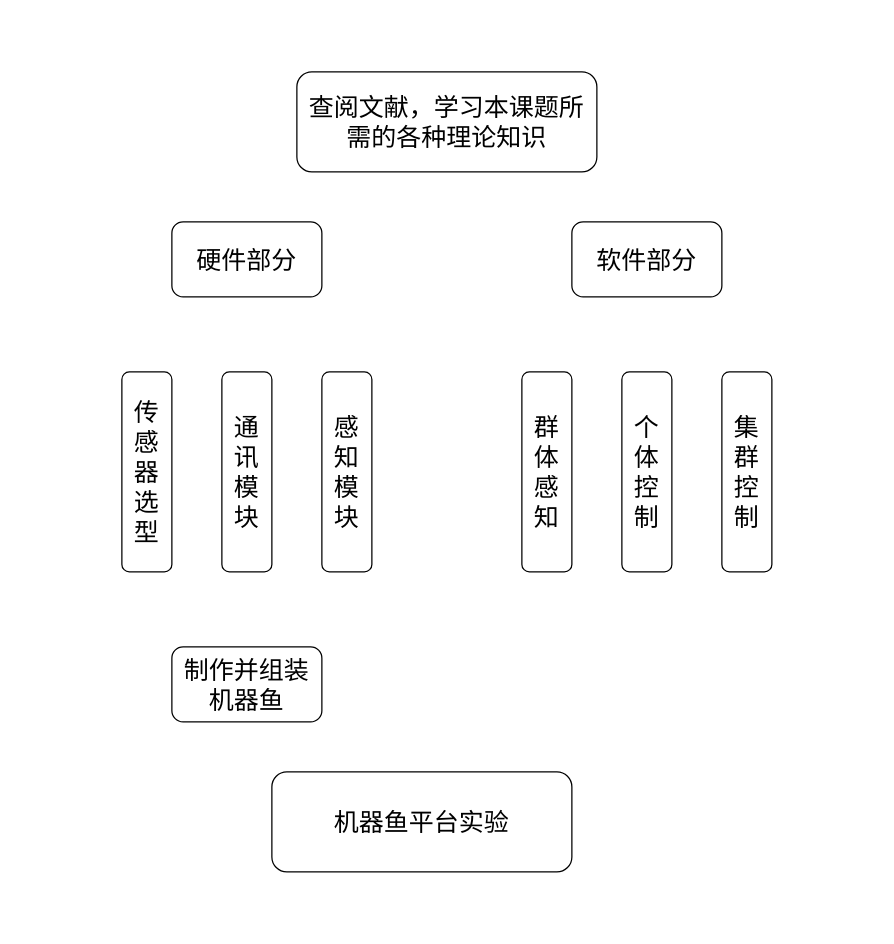
Earlier version of the draw.io diagram 未命名绘图.drawio (LQepoch/diagrams). Source tidied: cells renumbered, new cells numbered last; positions are measured from the earlier drawing's top-left corner, leaving out a move shared by most shapes. Both pictures are drawn from the tidied source at 125%, with x=0, y=0 at pixel (121, 71).
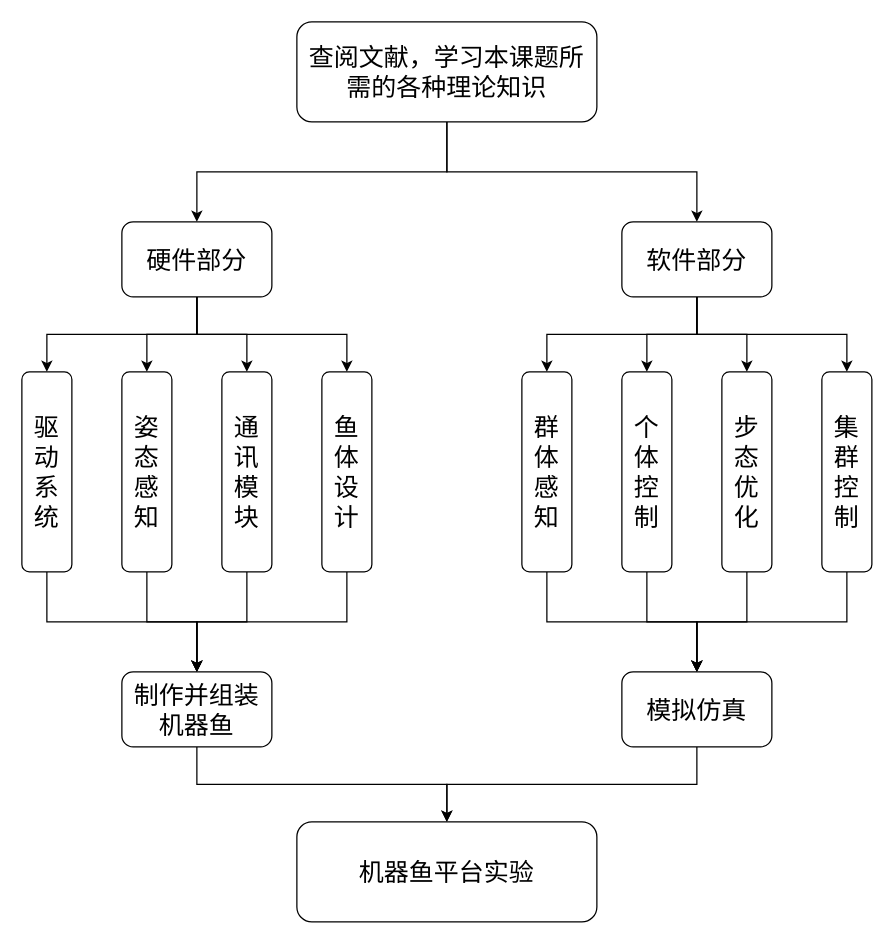
After the change.

Commit message:
更新未命名绘图.drawio

Unchanged cells that the change refers to:
```xml
<mxCell id="7" value="通讯模块" style="rounded=1;whiteSpace=wrap;html=1;fontSize=20;verticalAlign=middle;horizontal=1;labelPosition=center;verticalLabelPosition=middle;align=center;" parent="1" vertex="1">
  <mxGeometry x="80" y="240" width="40" height="160" as="geometry" />
</mxCell>
<mxCell id="8" value="群体感知" style="rounded=1;whiteSpace=wrap;html=1;fontSize=20;verticalAlign=middle;horizontal=1;labelPosition=center;verticalLabelPosition=middle;align=center;" parent="1" vertex="1">
  <mxGeometry x="320" y="240" width="40" height="160" as="geometry" />
</mxCell>
<mxCell id="10" value="个体控制" style="rounded=1;whiteSpace=wrap;html=1;fontSize=20;verticalAlign=middle;horizontal=1;labelPosition=center;verticalLabelPosition=middle;align=center;" parent="1" vertex="1">
  <mxGeometry x="400" y="240" width="40" height="160" as="geometry" />
</mxCell>
```

Change to the diagram source:
```diff
@@
+    <mxCell id="13" style="edgeStyle=orthogonalEdgeStyle;rounded=0;jettySize=auto;html=1;" parent="1" edge="1" source="2" target="3">
+      <mxGeometry relative="1" as="geometry">
+        <Array as="points">
+          <mxPoint x="260" y="80" />
+          <mxPoint x="60" y="80" />
+        </Array>
+      </mxGeometry>
+    </mxCell>
+    <mxCell id="14" style="edgeStyle=orthogonalEdgeStyle;rounded=0;jettySize=auto;html=1;" parent="1" edge="1" source="2" target="4">
+      <mxGeometry relative="1" as="geometry">
+        <Array as="points">
+          <mxPoint x="260" y="80" />
+          <mxPoint x="460" y="80" />
+        </Array>
+      </mxGeometry>
+    </mxCell>
     <mxCell id="2" value="查阅文献，学习本课题所需的各种理论知识" style="rounded=1;whiteSpace=wrap;html=1;fontSize=20;" parent="1" vertex="1">
-      <mxGeometry x="140" width="240" height="80" as="geometry" />
+      <mxGeometry x="140" y="-40" width="240" height="80" as="geometry" />
     </mxCell>
+    <mxCell id="15" style="edgeStyle=orthogonalEdgeStyle;rounded=0;jettySize=auto;html=1;" parent="1" edge="1" source="3" target="5">
+      <mxGeometry relative="1" as="geometry">
+        <Array as="points">
+          <mxPoint x="60" y="210" />
+          <mxPoint x="-60" y="210" />
+        </Array>
+      </mxGeometry>
+    </mxCell>
+    <mxCell id="16" style="edgeStyle=orthogonalEdgeStyle;rounded=0;jettySize=auto;html=1;" parent="1" edge="1" source="3" target="33">
+      <mxGeometry relative="1" as="geometry" />
+    </mxCell>
+    <mxCell id="17" style="edgeStyle=orthogonalEdgeStyle;rounded=0;jettySize=auto;html=1;" parent="1" edge="1" source="3" target="7">
+      <mxGeometry relative="1" as="geometry" />
+    </mxCell>
+    <mxCell id="18" style="edgeStyle=orthogonalEdgeStyle;rounded=0;jettySize=auto;html=1;" parent="1" edge="1" source="3" target="6">
+      <mxGeometry relative="1" as="geometry">
+        <Array as="points">
+          <mxPoint x="60" y="210" />
+          <mxPoint x="180" y="210" />
+        </Array>
+      </mxGeometry>
+    </mxCell>
     <mxCell id="3" value="硬件部分" style="rounded=1;whiteSpace=wrap;html=1;fontSize=20;" parent="1" vertex="1">
-      <mxGeometry x="40" y="120" width="120" height="60" as="geometry" />
+      <mxGeometry y="120" width="120" height="60" as="geometry" />
     </mxCell>
+    <mxCell id="19" style="edgeStyle=orthogonalEdgeStyle;rounded=0;jettySize=auto;html=1;" parent="1" edge="1" source="4" target="10">
+      <mxGeometry relative="1" as="geometry" />
+    </mxCell>
+    <mxCell id="20" style="edgeStyle=orthogonalEdgeStyle;rounded=0;jettySize=auto;html=1;entryX=0.5;entryY=0;entryDx=0;entryDy=0;" parent="1" edge="1" source="4" target="31">
+      <mxGeometry relative="1" as="geometry" />
+    </mxCell>
+    <mxCell id="21" style="edgeStyle=orthogonalEdgeStyle;rounded=0;jettySize=auto;html=1;" parent="1" edge="1" source="4" target="8">
+      <mxGeometry relative="1" as="geometry">
+        <Array as="points">
+          <mxPoint x="460" y="210" />
+          <mxPoint x="340" y="210" />
+        </Array>
+      </mxGeometry>
+    </mxCell>
+    <mxCell id="22" style="edgeStyle=orthogonalEdgeStyle;rounded=0;jettySize=auto;html=1;entryX=0.5;entryY=0;entryDx=0;entryDy=0;" parent="1" edge="1" source="4" target="9">
+      <mxGeometry relative="1" as="geometry">
+        <Array as="points">
+          <mxPoint x="460" y="210" />
+          <mxPoint x="580" y="210" />
+        </Array>
+      </mxGeometry>
+    </mxCell>
     <mxCell id="4" value="软件部分" style="rounded=1;whiteSpace=wrap;html=1;fontSize=20;" parent="1" vertex="1">
-      <mxGeometry x="360" y="120" width="120" height="60" as="geometry" />
+      <mxGeometry x="400" y="120" width="120" height="60" as="geometry" />
     </mxCell>
+    <mxCell id="23" style="edgeStyle=orthogonalEdgeStyle;rounded=0;jettySize=auto;html=1;entryX=0.5;entryY=0;entryDx=0;entryDy=0;" parent="1" edge="1" source="5" target="11">
+      <mxGeometry relative="1" as="geometry">
+        <Array as="points">
+          <mxPoint x="-60" y="440" />
+          <mxPoint x="60" y="440" />
+        </Array>
+      </mxGeometry>
+    </mxCell>
-    <mxCell id="5" value="传感器选型" style="rounded=1;whiteSpace=wrap;html=1;fontSize=20;verticalAlign=middle;horizontal=1;labelPosition=center;verticalLabelPosition=middle;align=center;" parent="1" vertex="1">
-      <mxGeometry y="240" width="40" height="160" as="geometry" />
+    <mxCell id="5" value="驱动系统" style="rounded=1;whiteSpace=wrap;html=1;fontSize=20;verticalAlign=middle;horizontal=1;labelPosition=center;verticalLabelPosition=middle;align=center;" parent="1" vertex="1">
+      <mxGeometry x="-80" y="240" width="40" height="160" as="geometry" />
     </mxCell>
+    <mxCell id="24" style="edgeStyle=orthogonalEdgeStyle;rounded=0;jettySize=auto;html=1;entryX=0.5;entryY=0;entryDx=0;entryDy=0;" parent="1" edge="1" source="6" target="11">
+      <mxGeometry relative="1" as="geometry">
+        <Array as="points">
+          <mxPoint x="180" y="440" />
+          <mxPoint x="60" y="440" />
+        </Array>
+      </mxGeometry>
+    </mxCell>
-    <mxCell id="6" value="感知模块" style="rounded=1;whiteSpace=wrap;html=1;fontSize=20;verticalAlign=middle;horizontal=1;labelPosition=center;verticalLabelPosition=middle;align=center;" parent="1" vertex="1">
+    <mxCell id="6" value="鱼体设计" style="rounded=1;whiteSpace=wrap;html=1;fontSize=20;verticalAlign=middle;horizontal=1;labelPosition=center;verticalLabelPosition=middle;align=center;" parent="1" vertex="1">
       <mxGeometry x="160" y="240" width="40" height="160" as="geometry" />
     </mxCell>
+    <mxCell id="25" style="edgeStyle=orthogonalEdgeStyle;rounded=0;jettySize=auto;html=1;" parent="1" edge="1" source="7" target="11">
+      <mxGeometry relative="1" as="geometry" />
+    </mxCell>
@@
+    <mxCell id="26" style="edgeStyle=orthogonalEdgeStyle;rounded=0;jettySize=auto;html=1;" parent="1" edge="1" source="8" target="35">
+      <mxGeometry relative="1" as="geometry">
+        <Array as="points">
+          <mxPoint x="340" y="440" />
+          <mxPoint x="460" y="440" />
+        </Array>
+      </mxGeometry>
+    </mxCell>
@@
+    <mxCell id="27" style="edgeStyle=orthogonalEdgeStyle;rounded=0;jettySize=auto;html=1;entryX=0.5;entryY=0;entryDx=0;entryDy=0;" parent="1" edge="1" source="9" target="35">
+      <mxGeometry relative="1" as="geometry">
+        <Array as="points">
+          <mxPoint x="580" y="440" />
+          <mxPoint x="460" y="440" />
+        </Array>
+      </mxGeometry>
+    </mxCell>
     <mxCell id="9" value="集群控制" style="rounded=1;whiteSpace=wrap;html=1;fontSize=20;verticalAlign=middle;horizontal=1;labelPosition=center;verticalLabelPosition=middle;align=center;" parent="1" vertex="1">
-      <mxGeometry x="480" y="240" width="40" height="160" as="geometry" />
+      <mxGeometry x="560" y="240" width="40" height="160" as="geometry" />
     </mxCell>
+    <mxCell id="28" style="edgeStyle=orthogonalEdgeStyle;rounded=0;jettySize=auto;html=1;" parent="1" edge="1" source="10" target="35">
+      <mxGeometry relative="1" as="geometry" />
+    </mxCell>
@@
+    <mxCell id="29" style="edgeStyle=orthogonalEdgeStyle;rounded=0;jettySize=auto;html=1;" parent="1" edge="1" source="11" target="12">
+      <mxGeometry relative="1" as="geometry">
+        <Array as="points">
+          <mxPoint x="60" y="570" />
+          <mxPoint x="260" y="570" />
+        </Array>
+      </mxGeometry>
+    </mxCell>
     <mxCell id="11" value="制作并组装&lt;br&gt;机器鱼" style="rounded=1;whiteSpace=wrap;html=1;fontSize=20;" parent="1" vertex="1">
-      <mxGeometry x="40" y="460" width="120" height="60" as="geometry" />
+      <mxGeometry y="480" width="120" height="60" as="geometry" />
     </mxCell>
     <mxCell id="12" value="机器鱼平台实验" style="rounded=1;whiteSpace=wrap;html=1;fontSize=20;" parent="1" vertex="1">
-      <mxGeometry x="120" y="560" width="240" height="80" as="geometry" />
+      <mxGeometry x="140" y="600" width="240" height="80" as="geometry" />
     </mxCell>
+    <mxCell id="30" style="edgeStyle=orthogonalEdgeStyle;rounded=0;jettySize=auto;html=1;entryX=0.5;entryY=0;entryDx=0;entryDy=0;" parent="1" edge="1" source="31" target="35">
+      <mxGeometry relative="1" as="geometry" />
+    </mxCell>
+    <mxCell id="31" value="步态优化" style="rounded=1;whiteSpace=wrap;html=1;fontSize=20;verticalAlign=middle;horizontal=1;labelPosition=center;verticalLabelPosition=middle;align=center;" parent="1" vertex="1">
+      <mxGeometry x="480" y="240" width="40" height="160" as="geometry" />
+    </mxCell>
+    <mxCell id="32" style="edgeStyle=orthogonalEdgeStyle;rounded=0;jettySize=auto;html=1;" parent="1" edge="1" source="33" target="11">
+      <mxGeometry relative="1" as="geometry" />
+    </mxCell>
+    <mxCell id="33" value="姿态感知" style="rounded=1;whiteSpace=wrap;html=1;fontSize=20;verticalAlign=middle;horizontal=1;labelPosition=center;verticalLabelPosition=middle;align=center;" parent="1" vertex="1">
+      <mxGeometry y="240" width="40" height="160" as="geometry" />
+    </mxCell>
+    <mxCell id="34" style="edgeStyle=orthogonalEdgeStyle;rounded=0;jettySize=auto;html=1;entryX=0.5;entryY=0;entryDx=0;entryDy=0;" parent="1" edge="1" source="35" target="12">
+      <mxGeometry relative="1" as="geometry">
+        <Array as="points">
+          <mxPoint x="460" y="570" />
+          <mxPoint x="260" y="570" />
+        </Array>
+      </mxGeometry>
+    </mxCell>
+    <mxCell id="35" value="模拟仿真" style="rounded=1;whiteSpace=wrap;html=1;fontSize=20;" parent="1" vertex="1">
+      <mxGeometry x="400" y="480" width="120" height="60" as="geometry" />
+    </mxCell>
```
